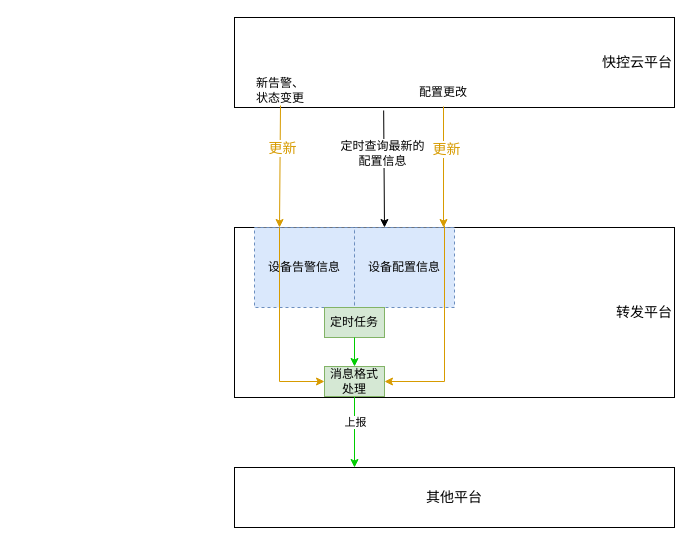
Earlier version of the draw.io diagram 告警信息转发.drawio (foreverfirst/draw). Source tidied: cells renumbered, new cells numbered last; positions are measured from the earlier drawing's top-left corner, leaving out a move shared by most shapes. Both pictures are drawn from the tidied source at 100%, with x=0, y=0 at pixel (234, 17).
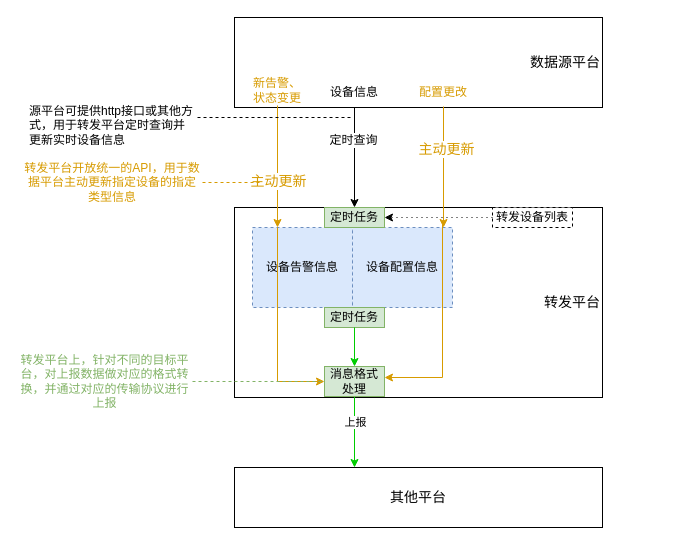
The same page after the edit.

Commit message (it also covers changes not shown here):
更新告警信息转发.drawio

The change refers to these unchanged cells:
```xml
<mxCell id="11" style="endArrow=classic;html=1;rounded=0;fontSize=14;exitX=0.5;exitY=1;exitDx=0;exitDy=0;fillColor=#ffe6cc;strokeColor=#D79B00;" parent="1" edge="1" source="10">
  <mxGeometry relative="1" as="geometry">
    <mxPoint x="209" y="210" as="targetPoint" />
  </mxGeometry>
</mxCell>
<mxCell id="15" style="endArrow=classic;html=1;rounded=0;fontSize=14;fillColor=#ffe6cc;strokeColor=#d79b00;exitX=0.5;exitY=1;exitDx=0;exitDy=0;entryX=0.25;entryY=0;entryDx=0;entryDy=0;" parent="1" edge="1" source="8" target="7">
  <mxGeometry relative="1" as="geometry" />
</mxCell>
<mxCell id="19" value="消息格式处理" style="text;html=1;strokeColor=#82b366;fillColor=#d5e8d4;align=center;verticalAlign=middle;whiteSpace=wrap;rounded=0;fontSize=12;" parent="1" vertex="1">
  <mxGeometry x="90" y="349" width="60" height="30" as="geometry" />
</mxCell>
```

The edit, as a diff of the source:
```diff
@@
-    <mxCell id="2" value="&lt;font style=&quot;font-size: 14px;&quot;&gt;快控云平台&lt;/font&gt;" style="rounded=0;whiteSpace=wrap;html=1;align=right;" parent="1" vertex="1">
-      <mxGeometry width="440" height="90" as="geometry" />
+    <mxCell id="2" value="&lt;font style=&quot;font-size: 14px;&quot;&gt;数据源平台&lt;/font&gt;" style="rounded=0;whiteSpace=wrap;html=1;align=right;" parent="1" vertex="1">
+      <mxGeometry width="368" height="90" as="geometry" />
     </mxCell>
     <mxCell id="3" value="&lt;font style=&quot;font-size: 14px;&quot;&gt;转发平台&lt;/font&gt;" style="rounded=0;whiteSpace=wrap;html=1;align=right;" parent="1" vertex="1">
-      <mxGeometry y="210" width="440" height="170" as="geometry" />
+      <mxGeometry y="190" width="368" height="190" as="geometry" />
     </mxCell>
     <mxCell id="4" value="&lt;font style=&quot;font-size: 14px;&quot;&gt;其他平台&lt;/font&gt;" style="rounded=0;whiteSpace=wrap;html=1;" parent="1" vertex="1">
-      <mxGeometry y="450" width="440" height="60" as="geometry" />
+      <mxGeometry y="450" width="368" height="60" as="geometry" />
     </mxCell>
@@
     <mxCell id="7" value="设备告警信息" style="text;html=1;strokeColor=#6c8ebf;fillColor=#dae8fc;align=center;verticalAlign=middle;whiteSpace=wrap;rounded=0;dashed=1;" parent="1" vertex="1">
-      <mxGeometry x="20" y="210" width="100" height="80" as="geometry" />
+      <mxGeometry x="18" y="210" width="100" height="80" as="geometry" />
     </mxCell>
-    <mxCell id="8" value="新告警、状态变更" style="text;html=1;strokeColor=none;fillColor=none;align=center;verticalAlign=middle;whiteSpace=wrap;rounded=0;" parent="1" vertex="1">
-      <mxGeometry x="16" y="58" width="60" height="30" as="geometry" />
+    <mxCell id="8" value="&lt;font color=&quot;#d79b00&quot;&gt;新告警、状态变更&lt;/font&gt;" style="text;html=1;strokeColor=none;fillColor=none;align=center;verticalAlign=middle;whiteSpace=wrap;rounded=0;" parent="1" vertex="1">
+      <mxGeometry x="13" y="58" width="60" height="30" as="geometry" />
     </mxCell>
     <mxCell id="9" value="设备配置信息" style="text;html=1;strokeColor=#6c8ebf;fillColor=#dae8fc;align=center;verticalAlign=middle;whiteSpace=wrap;rounded=0;dashed=1;" parent="1" vertex="1">
-      <mxGeometry x="120" y="210" width="100" height="80" as="geometry" />
+      <mxGeometry x="118" y="210" width="100" height="80" as="geometry" />
     </mxCell>
-    <mxCell id="10" value="&lt;font style=&quot;font-size: 12px;&quot;&gt;配置更改&lt;/font&gt;" style="text;html=1;strokeColor=none;fillColor=none;align=center;verticalAlign=middle;whiteSpace=wrap;rounded=0;fontSize=14;" parent="1" vertex="1">
+    <mxCell id="10" value="&lt;font color=&quot;#d79b00&quot; style=&quot;font-size: 12px;&quot;&gt;配置更改&lt;/font&gt;" style="text;html=1;strokeColor=none;fillColor=none;align=center;verticalAlign=middle;whiteSpace=wrap;rounded=0;fontSize=14;" parent="1" vertex="1">
       <mxGeometry x="179" y="59" width="60" height="30" as="geometry" />
     </mxCell>
@@
-    <mxCell id="12" value="&lt;font color=&quot;#d79b00&quot;&gt;更新&lt;/font&gt;" style="edgeLabel;html=1;align=center;verticalAlign=middle;fontSize=14;" parent="11" vertex="1">
+    <mxCell id="12" value="&lt;font color=&quot;#d79b00&quot;&gt;主动更新&lt;/font&gt;" style="edgeLabel;html=1;align=center;verticalAlign=middle;fontSize=14;" parent="11" vertex="1">
       <mxGeometry x="-0.31" y="2" relative="1" as="geometry" />
     </mxCell>
-    <mxCell id="13" style="endArrow=classic;html=1;rounded=0;fontSize=12;exitX=0.339;exitY=1.033;exitDx=0;exitDy=0;exitPerimeter=0;" parent="1" edge="1" source="2">
-      <mxGeometry relative="1" as="geometry">
-        <mxPoint x="150" y="210" as="targetPoint" />
-      </mxGeometry>
+    <mxCell id="13" style="endArrow=classic;html=1;rounded=0;fontSize=12;entryX=0.5;entryY=0;entryDx=0;entryDy=0;" parent="1" edge="1" source="28" target="32">
+      <mxGeometry relative="1" as="geometry" />
     </mxCell>
-    <mxCell id="14" value="定时查询最新的&lt;br&gt;配置信息" style="edgeLabel;html=1;align=center;verticalAlign=middle;fontSize=12;" parent="13" vertex="1">
-      <mxGeometry x="-0.27" y="-2" relative="1" as="geometry" />
-    </mxCell>
+    <mxCell id="22" value="&lt;font color=&quot;#000000&quot;&gt;定时查询&lt;/font&gt;" style="edgeLabel;html=1;align=center;verticalAlign=middle;fontSize=12;fontColor=#D79B00;" parent="13" vertex="1">
+      <mxGeometry x="-0.36" y="-2" relative="1" as="geometry" />
+    </mxCell>
@@
-    <mxCell id="16" value="&lt;font color=&quot;#d79b00&quot;&gt;更新&lt;/font&gt;" style="edgeLabel;html=1;align=center;verticalAlign=middle;fontSize=14;" parent="15" vertex="1">
-      <mxGeometry x="-0.31" y="2" relative="1" as="geometry" />
-    </mxCell>
+    <mxCell id="23" value="&lt;span style=&quot;color: rgb(215, 155, 0); font-size: 14px;&quot;&gt;主动更新&lt;/span&gt;" style="edgeLabel;html=1;align=center;verticalAlign=middle;fontSize=12;fontColor=#000000;" parent="15" vertex="1">
+      <mxGeometry x="0.23" relative="1" as="geometry" />
+    </mxCell>
     <mxCell id="17" value="定时任务" style="text;html=1;strokeColor=#82b366;fillColor=#d5e8d4;align=center;verticalAlign=middle;whiteSpace=wrap;rounded=0;fontSize=12;" parent="1" vertex="1">
-      <mxGeometry x="90" y="290" width="60" height="30" as="geometry" />
+      <mxGeometry x="90" y="290" width="60" height="20" as="geometry" />
     </mxCell>
@@
     <mxCell id="20" style="endArrow=classic;html=1;rounded=0;fontSize=14;fillColor=#ffe6cc;strokeColor=#d79b00;exitX=0.25;exitY=0;exitDx=0;exitDy=0;entryX=0;entryY=0.5;entryDx=0;entryDy=0;" parent="1" edge="1" source="7" target="19">
       <mxGeometry relative="1" as="geometry">
         <Array as="points">
-          <mxPoint x="45" y="364" />
+          <mxPoint x="43" y="364" />
         </Array>
       </mxGeometry>
     </mxCell>
-    <mxCell id="21" style="endArrow=classic;html=1;rounded=0;fontSize=14;exitX=0.9;exitY=-0.025;exitDx=0;exitDy=0;fillColor=#ffe6cc;strokeColor=#d79b00;entryX=1;entryY=0.5;entryDx=0;entryDy=0;exitPerimeter=0;" parent="1" edge="1" source="9" target="19">
+    <mxCell id="21" style="endArrow=classic;html=1;rounded=0;fontSize=14;exitX=0.9;exitY=-0.025;exitDx=0;exitDy=0;fillColor=#ffe6cc;strokeColor=#d79b00;entryX=1;entryY=0.5;entryDx=0;entryDy=0;exitPerimeter=0;" parent="1" edge="1">
       <mxGeometry relative="1" as="geometry">
+        <mxPoint x="208" y="204" as="sourcePoint" />
+        <mxPoint x="150" y="360" as="targetPoint" />
         <Array as="points">
-          <mxPoint x="210" y="364" />
+          <mxPoint x="208" y="360" />
         </Array>
       </mxGeometry>
     </mxCell>
+    <mxCell id="24" value="&lt;span style=&quot;color: rgb(0, 0, 0); font-family: Helvetica; font-size: 12px; font-style: normal; font-variant-ligatures: normal; font-variant-caps: normal; font-weight: 400; letter-spacing: normal; orphans: 2; text-align: center; text-indent: 0px; text-transform: none; widows: 2; word-spacing: 0px; -webkit-text-stroke-width: 0px; background-color: rgb(255, 255, 255); text-decoration-thickness: initial; text-decoration-style: initial; text-decoration-color: initial; float: none; display: inline !important;&quot;&gt;源平台可提供&lt;/span&gt;&lt;span style=&quot;color: rgb(0, 0, 0); font-family: Helvetica; font-size: 12px; font-style: normal; font-variant-ligatures: normal; font-variant-caps: normal; font-weight: 400; letter-spacing: normal; orphans: 2; text-align: center; text-indent: 0px; text-transform: none; widows: 2; word-spacing: 0px; -webkit-text-stroke-width: 0px; background-color: rgb(255, 255, 255); text-decoration-thickness: initial; text-decoration-style: initial; text-decoration-color: initial; float: none; display: inline !important;&quot;&gt;http接口或其他方式，&lt;/span&gt;&lt;span style=&quot;color: rgb(0, 0, 0); font-family: Helvetica; font-size: 12px; font-style: normal; font-variant-ligatures: normal; font-variant-caps: normal; font-weight: 400; letter-spacing: normal; orphans: 2; text-align: center; text-indent: 0px; text-transform: none; widows: 2; word-spacing: 0px; -webkit-text-stroke-width: 0px; background-color: rgb(255, 255, 255); text-decoration-thickness: initial; text-decoration-style: initial; text-decoration-color: initial; float: none; display: inline !important;&quot;&gt;用于转发平台定时查询并更新实时&lt;/span&gt;&lt;span style=&quot;color: rgb(0, 0, 0); font-family: Helvetica; font-size: 12px; font-style: normal; font-variant-ligatures: normal; font-variant-caps: normal; font-weight: 400; letter-spacing: normal; orphans: 2; text-align: center; text-indent: 0px; text-transform: none; widows: 2; word-spacing: 0px; -webkit-text-stroke-width: 0px; background-color: rgb(255, 255, 255); text-decoration-thickness: initial; text-decoration-style: initial; text-decoration-color: initial; float: none; display: inline !important;&quot;&gt;设备信息&lt;/span&gt;" style="text;whiteSpace=wrap;html=1;fontSize=12;fontColor=#000000;" parent="1" vertex="1">
+      <mxGeometry x="-207" y="80" width="170" height="40" as="geometry" />
+    </mxCell>
+    <mxCell id="25" style="endArrow=none;dashed=1;html=1;rounded=0;strokeColor=#000000;fontSize=12;fontColor=#000000;" parent="1" edge="1" source="24">
+      <mxGeometry relative="1" as="geometry">
+        <mxPoint x="118" y="100" as="targetPoint" />
+      </mxGeometry>
+    </mxCell>
+    <mxCell id="26" value="&lt;font color=&quot;#d79b00&quot;&gt;转发平台开放统一的API，用于数据平台主动更新指定设备的指定类型信息&lt;/font&gt;" style="text;html=1;strokeColor=none;fillColor=none;align=center;verticalAlign=middle;whiteSpace=wrap;rounded=0;dashed=1;fontSize=12;fontColor=#000000;" parent="1" vertex="1">
+      <mxGeometry x="-212" y="150" width="180" height="30" as="geometry" />
+    </mxCell>
+    <mxCell id="27" style="endArrow=none;dashed=1;html=1;rounded=0;strokeColor=#D79B00;fontSize=12;fontColor=#D79B00;exitX=1;exitY=0.5;exitDx=0;exitDy=0;" parent="1" edge="1" source="26">
+      <mxGeometry relative="1" as="geometry">
+        <mxPoint x="28" y="165" as="targetPoint" />
+      </mxGeometry>
+    </mxCell>
+    <mxCell id="28" value="&lt;font color=&quot;#000000&quot;&gt;设备信息&lt;/font&gt;" style="text;html=1;strokeColor=none;fillColor=none;align=center;verticalAlign=middle;whiteSpace=wrap;rounded=0;dashed=1;fontSize=12;fontColor=#D79B00;" parent="1" vertex="1">
+      <mxGeometry x="90" y="60" width="60" height="30" as="geometry" />
+    </mxCell>
+    <mxCell id="29" value="&lt;font color=&quot;#82b366&quot;&gt;转发平台上，针对不同的目标平台，对上报数据做对应的格式转换，并通过对应的传输协议进行上报&lt;/font&gt;" style="text;html=1;strokeColor=none;fillColor=none;align=center;verticalAlign=middle;whiteSpace=wrap;rounded=0;dashed=1;fontSize=12;fontColor=#000000;" parent="1" vertex="1">
+      <mxGeometry x="-217" y="349" width="175" height="30" as="geometry" />
+    </mxCell>
+    <mxCell id="30" style="endArrow=none;dashed=1;html=1;rounded=0;strokeColor=#82B366;fontSize=12;fontColor=#82B366;" parent="1" edge="1" source="29" target="19">
+      <mxGeometry relative="1" as="geometry" />
+    </mxCell>
+    <mxCell id="31" value="&lt;font color=&quot;#000000&quot;&gt;转发设备列表&lt;/font&gt;" style="rounded=0;whiteSpace=wrap;html=1;dashed=1;fontSize=12;fontColor=#D79B00;" parent="1" vertex="1">
+      <mxGeometry x="258" y="190" width="80" height="20" as="geometry" />
+    </mxCell>
+    <mxCell id="32" value="定时任务" style="text;html=1;strokeColor=#82b366;fillColor=#d5e8d4;align=center;verticalAlign=middle;whiteSpace=wrap;rounded=0;fontSize=12;" parent="1" vertex="1">
+      <mxGeometry x="90" y="190" width="60" height="20" as="geometry" />
+    </mxCell>
+    <mxCell id="33" style="endArrow=classic;html=1;rounded=0;strokeColor=#000000;fontSize=12;fontColor=#000000;exitX=0;exitY=0.5;exitDx=0;exitDy=0;dashed=1;dashPattern=1 4;" parent="1" edge="1" source="31" target="32">
+      <mxGeometry relative="1" as="geometry" />
+    </mxCell>
```
